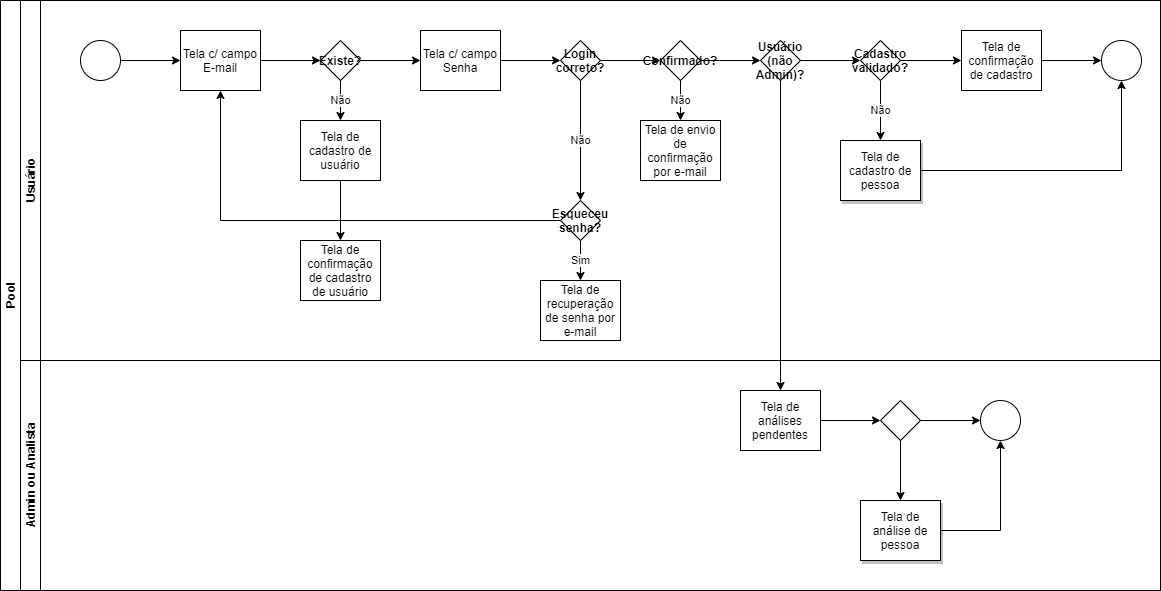
caiosduarte/dwfs-pia-regzer keeps this draw.io diagram as docs/regzer-fluxo-telas-Usuários.png. Above is the earlier version. Source tidied: cells renumbered, new cells last; positions are measured from the earlier drawing's top-left corner, leaving out a move shared by most shapes. The source it was exported from:
```xml
<mxGraphModel>
  <root>
    <mxCell id="0" />
    <mxCell id="1" parent="0" />
    <mxCell id="2" value="Pool" style="swimlane;html=1;horizontal=0;startSize=20;" parent="1" vertex="1">
      <mxGeometry width="1160" height="590" as="geometry" />
    </mxCell>
    <mxCell id="3" value="Usuário" style="swimlane;html=1;startSize=20;horizontal=0;shadow=0;" parent="2" vertex="1">
      <mxGeometry x="20" width="1140" height="360" as="geometry" />
    </mxCell>
    <mxCell id="4" value="&lt;b&gt;Existe?&lt;/b&gt;" style="rhombus;whiteSpace=wrap;html=1;fontFamily=Helvetica;fontSize=12;fontColor=#000000;align=center;direction=west;" parent="3" vertex="1">
      <mxGeometry x="300" y="40" width="40" height="40" as="geometry" />
    </mxCell>
    <mxCell id="5" style="edgeStyle=orthogonalEdgeStyle;rounded=0;jettySize=auto;html=1;" parent="3" edge="1" source="6" target="7">
      <mxGeometry relative="1" as="geometry" />
    </mxCell>
    <mxCell id="6" style="ellipse;whiteSpace=wrap;html=1;" parent="3" vertex="1">
      <mxGeometry x="60" y="40" width="40" height="40" as="geometry" />
    </mxCell>
    <mxCell id="7" value="Tela c/ campo E-mail" style="rounded=0;whiteSpace=wrap;html=1;fontFamily=Helvetica;fontSize=12;fontColor=#000000;align=center;" parent="3" vertex="1">
      <mxGeometry x="160" y="30" width="80" height="60" as="geometry" />
    </mxCell>
    <mxCell id="8" value="Não" style="edgeStyle=orthogonalEdgeStyle;rounded=0;jettySize=auto;html=1;entryX=0.5;entryY=0;entryDx=0;entryDy=0;" parent="3" edge="1" source="4" target="20">
      <mxGeometry relative="1" as="geometry" />
    </mxCell>
    <mxCell id="9" style="edgeStyle=orthogonalEdgeStyle;rounded=0;jettySize=auto;html=1;endArrow=classic;endFill=1;exitX=1;exitY=0.5;exitDx=0;exitDy=0;" parent="3" edge="1" source="7" target="4">
      <mxGeometry relative="1" as="geometry" />
    </mxCell>
    <mxCell id="10" value="Tela c/ campo Senha" style="rounded=0;whiteSpace=wrap;html=1;fontFamily=Helvetica;fontSize=12;fontColor=#000000;align=center;" parent="3" vertex="1">
      <mxGeometry x="400" y="30" width="80" height="60" as="geometry" />
    </mxCell>
    <mxCell id="11" style="edgeStyle=orthogonalEdgeStyle;rounded=0;jettySize=auto;html=1;endArrow=classic;endFill=1;" parent="3" edge="1" source="4" target="10">
      <mxGeometry relative="1" as="geometry" />
    </mxCell>
    <mxCell id="12" style="edgeStyle=orthogonalEdgeStyle;rounded=0;jettySize=auto;html=1;entryX=1;entryY=0.5;entryDx=0;entryDy=0;" parent="3" edge="1" source="14" target="31">
      <mxGeometry relative="1" as="geometry" />
    </mxCell>
    <mxCell id="13" value="Não" style="edgeStyle=orthogonalEdgeStyle;rounded=0;jettySize=auto;html=1;entryX=0.5;entryY=0;entryDx=0;entryDy=0;" parent="3" edge="1" source="14" target="29">
      <mxGeometry relative="1" as="geometry" />
    </mxCell>
    <mxCell id="14" value="Login correto?" style="rhombus;whiteSpace=wrap;html=1;fontFamily=Helvetica;fontSize=12;fontColor=#000000;align=center;fontStyle=1;" parent="3" vertex="1">
      <mxGeometry x="540" y="40" width="40" height="40" as="geometry" />
    </mxCell>
    <mxCell id="15" style="edgeStyle=orthogonalEdgeStyle;rounded=0;jettySize=auto;html=1;endArrow=classic;endFill=1;exitX=1;exitY=0.5;exitDx=0;exitDy=0;entryX=0;entryY=0.5;entryDx=0;entryDy=0;" parent="3" edge="1" source="10" target="14">
      <mxGeometry relative="1" as="geometry" />
    </mxCell>
    <mxCell id="16" style="edgeStyle=orthogonalEdgeStyle;rounded=0;jettySize=auto;html=1;entryX=0;entryY=0.5;entryDx=0;entryDy=0;" parent="3" edge="1" source="17" target="23">
      <mxGeometry relative="1" as="geometry" />
    </mxCell>
    <mxCell id="17" value="&lt;b&gt;Usuário (não Admin)?&lt;/b&gt;" style="rhombus;whiteSpace=wrap;html=1;fontFamily=Helvetica;fontSize=12;fontColor=#000000;align=center;direction=west;" parent="3" vertex="1">
      <mxGeometry x="740" y="40" width="40" height="40" as="geometry" />
    </mxCell>
    <mxCell id="18" value="Tela de confirmação de cadastro" style="rounded=0;whiteSpace=wrap;html=1;fontFamily=Helvetica;fontSize=12;fontColor=#000000;align=center;" parent="3" vertex="1">
      <mxGeometry x="941" y="30" width="80" height="60" as="geometry" />
    </mxCell>
    <mxCell id="19" style="edgeStyle=orthogonalEdgeStyle;rounded=0;jettySize=auto;html=1;entryX=0.5;entryY=0;entryDx=0;entryDy=0;" parent="3" edge="1" source="20" target="34">
      <mxGeometry relative="1" as="geometry" />
    </mxCell>
    <mxCell id="20" value="Tela de cadastro de usuário" style="rounded=0;whiteSpace=wrap;html=1;fontFamily=Helvetica;fontSize=12;fontColor=#000000;align=center;" parent="3" vertex="1">
      <mxGeometry x="280" y="120" width="80" height="60" as="geometry" />
    </mxCell>
    <mxCell id="21" style="edgeStyle=orthogonalEdgeStyle;rounded=0;jettySize=auto;html=1;entryX=0;entryY=0.5;entryDx=0;entryDy=0;" parent="3" edge="1" source="23" target="18">
      <mxGeometry relative="1" as="geometry" />
    </mxCell>
    <mxCell id="22" value="Não" style="edgeStyle=orthogonalEdgeStyle;rounded=0;jettySize=auto;html=1;entryX=0.5;entryY=0;entryDx=0;entryDy=0;" parent="3" edge="1" source="23" target="26">
      <mxGeometry relative="1" as="geometry" />
    </mxCell>
    <mxCell id="23" value="Cadastro validado?" style="rhombus;whiteSpace=wrap;html=1;fontFamily=Helvetica;fontSize=12;fontColor=#000000;align=center;fontStyle=1;" parent="3" vertex="1">
      <mxGeometry x="840" y="40" width="40" height="40" as="geometry" />
    </mxCell>
    <mxCell id="24" value="Tela de recuperação de senha por e-mail" style="rounded=0;whiteSpace=wrap;html=1;fontFamily=Helvetica;fontSize=12;fontColor=#000000;align=center;" parent="3" vertex="1">
      <mxGeometry x="520" y="280" width="80" height="60" as="geometry" />
    </mxCell>
    <mxCell id="25" style="edgeStyle=orthogonalEdgeStyle;rounded=0;jettySize=auto;html=1;entryX=0.5;entryY=1;entryDx=0;entryDy=0;" parent="3" edge="1" source="26" target="35">
      <mxGeometry relative="1" as="geometry" />
    </mxCell>
    <mxCell id="26" value="Tela de cadastro de pessoa" style="rounded=0;whiteSpace=wrap;html=1;fontFamily=Helvetica;fontSize=12;fontColor=#000000;align=center;shadow=1;" parent="3" vertex="1">
      <mxGeometry x="820" y="140" width="80" height="60" as="geometry" />
    </mxCell>
    <mxCell id="27" value="Sim" style="edgeStyle=orthogonalEdgeStyle;rounded=0;jettySize=auto;html=1;entryX=0.5;entryY=0;entryDx=0;entryDy=0;" parent="3" edge="1" source="29" target="24">
      <mxGeometry relative="1" as="geometry" />
    </mxCell>
    <mxCell id="28" style="edgeStyle=orthogonalEdgeStyle;rounded=0;jettySize=auto;html=1;entryX=0.5;entryY=1;entryDx=0;entryDy=0;" parent="3" edge="1" source="29" target="7">
      <mxGeometry relative="1" as="geometry" />
    </mxCell>
    <mxCell id="29" value="Esqueceu senha?" style="rhombus;whiteSpace=wrap;html=1;fontFamily=Helvetica;fontSize=12;fontColor=#000000;align=center;fontStyle=1;" parent="3" vertex="1">
      <mxGeometry x="540" y="200" width="40" height="40" as="geometry" />
    </mxCell>
    <mxCell id="30" style="edgeStyle=orthogonalEdgeStyle;rounded=0;jettySize=auto;html=1;entryX=1;entryY=0.5;entryDx=0;entryDy=0;" parent="3" edge="1" source="31" target="17">
      <mxGeometry relative="1" as="geometry" />
    </mxCell>
    <mxCell id="31" value="&lt;b&gt;Confirmado?&lt;/b&gt;" style="rhombus;whiteSpace=wrap;html=1;fontFamily=Helvetica;fontSize=12;fontColor=#000000;align=center;direction=west;" parent="3" vertex="1">
      <mxGeometry x="640" y="40" width="40" height="40" as="geometry" />
    </mxCell>
    <mxCell id="32" value="Tela de envio de confirmação por e-mail" style="rounded=0;whiteSpace=wrap;html=1;fontFamily=Helvetica;fontSize=12;fontColor=#000000;align=center;" parent="3" vertex="1">
      <mxGeometry x="620" y="120" width="80" height="60" as="geometry" />
    </mxCell>
    <mxCell id="33" value="Não" style="edgeStyle=orthogonalEdgeStyle;rounded=0;jettySize=auto;html=1;entryX=0.5;entryY=0;entryDx=0;entryDy=0;" parent="3" edge="1" source="31" target="32">
      <mxGeometry relative="1" as="geometry" />
    </mxCell>
    <mxCell id="34" value="Tela de confirmação de cadastro de usuário" style="rounded=0;whiteSpace=wrap;html=1;fontFamily=Helvetica;fontSize=12;fontColor=#000000;align=center;" parent="3" vertex="1">
      <mxGeometry x="280" y="240" width="80" height="60" as="geometry" />
    </mxCell>
    <mxCell id="35" style="ellipse;whiteSpace=wrap;html=1;" parent="3" vertex="1">
      <mxGeometry x="1081" y="40" width="40" height="40" as="geometry" />
    </mxCell>
    <mxCell id="36" style="edgeStyle=orthogonalEdgeStyle;rounded=0;jettySize=auto;html=1;entryX=0;entryY=0.5;entryDx=0;entryDy=0;" parent="3" edge="1" source="18" target="35">
      <mxGeometry relative="1" as="geometry" />
    </mxCell>
    <mxCell id="37" value="Admin ou Analista" style="swimlane;html=1;startSize=20;horizontal=0;" parent="2" vertex="1">
      <mxGeometry x="20" y="360" width="1140" height="230" as="geometry" />
    </mxCell>
    <mxCell id="38" style="edgeStyle=orthogonalEdgeStyle;rounded=0;jettySize=auto;html=1;entryX=0;entryY=0.5;entryDx=0;entryDy=0;" parent="37" edge="1" source="39" target="42">
      <mxGeometry relative="1" as="geometry" />
    </mxCell>
    <mxCell id="39" value="Tela de análises pendentes" style="rounded=0;whiteSpace=wrap;html=1;fontFamily=Helvetica;fontSize=12;fontColor=#000000;align=center;shadow=0;" parent="37" vertex="1">
      <mxGeometry x="720" y="30" width="80" height="60" as="geometry" />
    </mxCell>
    <mxCell id="40" style="ellipse;whiteSpace=wrap;html=1;" parent="37" vertex="1">
      <mxGeometry x="960" y="40" width="40" height="40" as="geometry" />
    </mxCell>
    <mxCell id="41" style="edgeStyle=orthogonalEdgeStyle;rounded=0;jettySize=auto;html=1;entryX=0;entryY=0.5;entryDx=0;entryDy=0;" parent="37" edge="1" source="42" target="40">
      <mxGeometry relative="1" as="geometry" />
    </mxCell>
    <mxCell id="42" style="rhombus;whiteSpace=wrap;html=1;fontFamily=Helvetica;fontSize=12;fontColor=#000000;align=center;fontStyle=1;" parent="37" vertex="1">
      <mxGeometry x="860" y="40" width="40" height="40" as="geometry" />
    </mxCell>
    <mxCell id="43" style="edgeStyle=orthogonalEdgeStyle;rounded=0;jettySize=auto;html=1;" parent="2" edge="1" source="17" target="39">
      <mxGeometry relative="1" as="geometry" />
    </mxCell>
    <mxCell id="44" style="edgeStyle=orthogonalEdgeStyle;rounded=0;jettySize=auto;html=1;entryX=0.5;entryY=1;entryDx=0;entryDy=0;" parent="1" edge="1" source="45" target="40">
      <mxGeometry relative="1" as="geometry" />
    </mxCell>
    <mxCell id="45" value="Tela de análise de pessoa" style="rounded=0;whiteSpace=wrap;html=1;fontFamily=Helvetica;fontSize=12;fontColor=#000000;align=center;shadow=1;" parent="1" vertex="1">
      <mxGeometry x="860" y="500" width="80" height="60" as="geometry" />
    </mxCell>
    <mxCell id="46" style="edgeStyle=orthogonalEdgeStyle;rounded=0;jettySize=auto;html=1;entryX=0.5;entryY=0;entryDx=0;entryDy=0;" parent="1" edge="1" source="42" target="45">
      <mxGeometry relative="1" as="geometry" />
    </mxCell>
  </root>
</mxGraphModel>
```
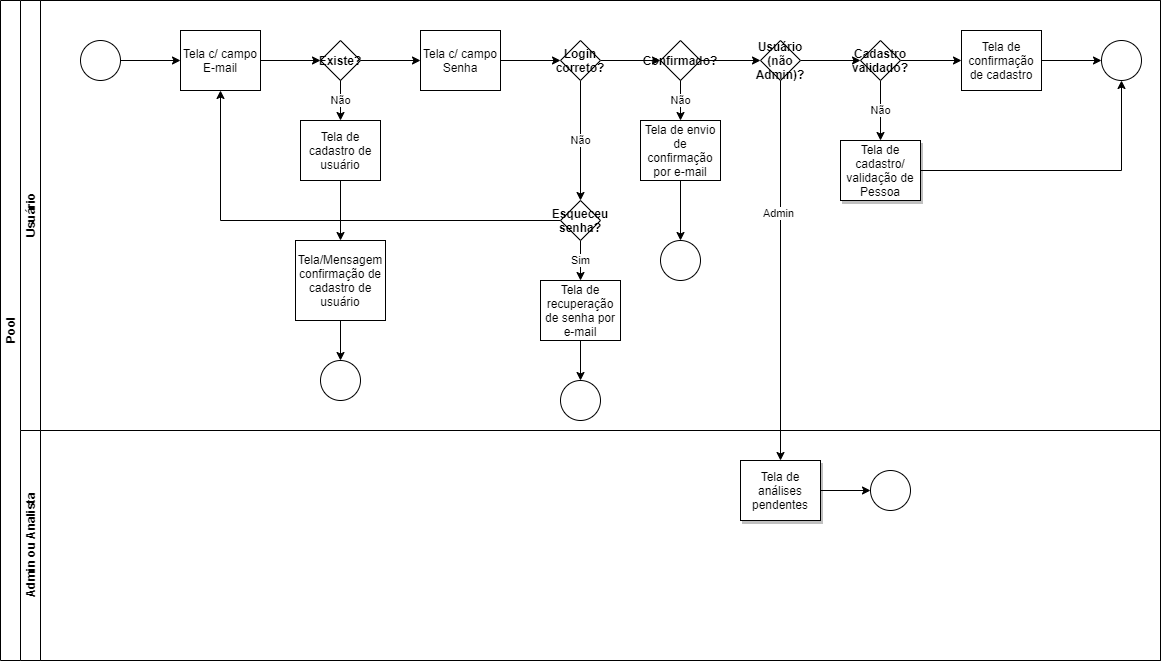
The same diagram one commit later.

Change to the diagram source:
```diff
@@ -3,10 +3,10 @@
     <mxCell id="0" />
     <mxCell id="1" parent="0" />
     <mxCell id="2" value="Pool" style="swimlane;html=1;horizontal=0;startSize=20;" parent="1" vertex="1">
-      <mxGeometry width="1160" height="590" as="geometry" />
+      <mxGeometry width="1160" height="660" as="geometry" />
     </mxCell>
     <mxCell id="3" value="Usuário" style="swimlane;html=1;startSize=20;horizontal=0;shadow=0;" parent="2" vertex="1">
-      <mxGeometry x="20" width="1140" height="360" as="geometry" />
+      <mxGeometry x="20" width="1140" height="430" as="geometry" />
     </mxCell>
     <mxCell id="4" value="&lt;b&gt;Existe?&lt;/b&gt;" style="rhombus;whiteSpace=wrap;html=1;fontFamily=Helvetica;fontSize=12;fontColor=#000000;align=center;direction=west;" parent="3" vertex="1">
       <mxGeometry x="300" y="40" width="40" height="40" as="geometry" />
@@ -68,13 +68,16 @@
     <mxCell id="23" value="Cadastro validado?" style="rhombus;whiteSpace=wrap;html=1;fontFamily=Helvetica;fontSize=12;fontColor=#000000;align=center;fontStyle=1;" parent="3" vertex="1">
       <mxGeometry x="840" y="40" width="40" height="40" as="geometry" />
     </mxCell>
+    <mxCell id="47" style="edgeStyle=orthogonalEdgeStyle;rounded=0;jettySize=auto;html=1;entryX=0.5;entryY=0;entryDx=0;entryDy=0;" parent="3" edge="1" source="24" target="51">
+      <mxGeometry relative="1" as="geometry" />
+    </mxCell>
     <mxCell id="24" value="Tela de recuperação de senha por e-mail" style="rounded=0;whiteSpace=wrap;html=1;fontFamily=Helvetica;fontSize=12;fontColor=#000000;align=center;" parent="3" vertex="1">
       <mxGeometry x="520" y="280" width="80" height="60" as="geometry" />
     </mxCell>
     <mxCell id="25" style="edgeStyle=orthogonalEdgeStyle;rounded=0;jettySize=auto;html=1;entryX=0.5;entryY=1;entryDx=0;entryDy=0;" parent="3" edge="1" source="26" target="35">
       <mxGeometry relative="1" as="geometry" />
     </mxCell>
-    <mxCell id="26" value="Tela de cadastro de pessoa" style="rounded=0;whiteSpace=wrap;html=1;fontFamily=Helvetica;fontSize=12;fontColor=#000000;align=center;shadow=1;" parent="3" vertex="1">
+    <mxCell id="26" value="Tela de cadastro/&lt;br&gt;validação de Pessoa" style="rounded=0;whiteSpace=wrap;html=1;fontFamily=Helvetica;fontSize=12;fontColor=#000000;align=center;shadow=1;" parent="3" vertex="1">
       <mxGeometry x="820" y="140" width="80" height="60" as="geometry" />
     </mxCell>
     <mxCell id="27" value="Sim" style="edgeStyle=orthogonalEdgeStyle;rounded=0;jettySize=auto;html=1;entryX=0.5;entryY=0;entryDx=0;entryDy=0;" parent="3" edge="1" source="29" target="24">
@@ -92,14 +95,20 @@
     <mxCell id="31" value="&lt;b&gt;Confirmado?&lt;/b&gt;" style="rhombus;whiteSpace=wrap;html=1;fontFamily=Helvetica;fontSize=12;fontColor=#000000;align=center;direction=west;" parent="3" vertex="1">
       <mxGeometry x="640" y="40" width="40" height="40" as="geometry" />
     </mxCell>
+    <mxCell id="48" style="edgeStyle=orthogonalEdgeStyle;rounded=0;jettySize=auto;html=1;entryX=0.5;entryY=0;entryDx=0;entryDy=0;" parent="3" edge="1" source="32" target="52">
+      <mxGeometry relative="1" as="geometry" />
+    </mxCell>
     <mxCell id="32" value="Tela de envio de confirmação por e-mail" style="rounded=0;whiteSpace=wrap;html=1;fontFamily=Helvetica;fontSize=12;fontColor=#000000;align=center;" parent="3" vertex="1">
       <mxGeometry x="620" y="120" width="80" height="60" as="geometry" />
     </mxCell>
     <mxCell id="33" value="Não" style="edgeStyle=orthogonalEdgeStyle;rounded=0;jettySize=auto;html=1;entryX=0.5;entryY=0;entryDx=0;entryDy=0;" parent="3" edge="1" source="31" target="32">
       <mxGeometry relative="1" as="geometry" />
     </mxCell>
+    <mxCell id="49" style="edgeStyle=orthogonalEdgeStyle;rounded=0;jettySize=auto;html=1;entryX=0.5;entryY=0;entryDx=0;entryDy=0;" parent="3" edge="1" source="34" target="50">
+      <mxGeometry relative="1" as="geometry" />
+    </mxCell>
-    <mxCell id="34" value="Tela de confirmação de cadastro de usuário" style="rounded=0;whiteSpace=wrap;html=1;fontFamily=Helvetica;fontSize=12;fontColor=#000000;align=center;" parent="3" vertex="1">
-      <mxGeometry x="280" y="240" width="80" height="60" as="geometry" />
+    <mxCell id="34" value="Tela/Mensagem confirmação de cadastro de usuário" style="rounded=0;whiteSpace=wrap;html=1;fontFamily=Helvetica;fontSize=12;fontColor=#000000;align=center;" parent="3" vertex="1">
+      <mxGeometry x="275" y="240" width="90" height="80" as="geometry" />
     </mxCell>
     <mxCell id="35" style="ellipse;whiteSpace=wrap;html=1;" parent="3" vertex="1">
       <mxGeometry x="1081" y="40" width="40" height="40" as="geometry" />
@@ -107,35 +116,32 @@
     <mxCell id="36" style="edgeStyle=orthogonalEdgeStyle;rounded=0;jettySize=auto;html=1;entryX=0;entryY=0.5;entryDx=0;entryDy=0;" parent="3" edge="1" source="18" target="35">
       <mxGeometry relative="1" as="geometry" />
     </mxCell>
+    <mxCell id="50" style="ellipse;whiteSpace=wrap;html=1;" parent="3" vertex="1">
+      <mxGeometry x="300" y="360" width="40" height="40" as="geometry" />
+    </mxCell>
+    <mxCell id="51" style="ellipse;whiteSpace=wrap;html=1;" parent="3" vertex="1">
+      <mxGeometry x="540" y="380" width="40" height="40" as="geometry" />
+    </mxCell>
+    <mxCell id="52" style="ellipse;whiteSpace=wrap;html=1;" parent="3" vertex="1">
+      <mxGeometry x="640" y="240" width="40" height="40" as="geometry" />
+    </mxCell>
     <mxCell id="37" value="Admin ou Analista" style="swimlane;html=1;startSize=20;horizontal=0;" parent="2" vertex="1">
-      <mxGeometry x="20" y="360" width="1140" height="230" as="geometry" />
+      <mxGeometry x="20" y="430" width="1140" height="230" as="geometry" />
     </mxCell>
-    <mxCell id="38" style="edgeStyle=orthogonalEdgeStyle;rounded=0;jettySize=auto;html=1;entryX=0;entryY=0.5;entryDx=0;entryDy=0;" parent="37" edge="1" source="39" target="42">
+    <mxCell id="38" style="edgeStyle=orthogonalEdgeStyle;rounded=0;jettySize=auto;html=1;entryX=0;entryY=0.5;entryDx=0;entryDy=0;" parent="37" edge="1" source="39" target="40">
       <mxGeometry relative="1" as="geometry" />
     </mxCell>
-    <mxCell id="39" value="Tela de análises pendentes" style="rounded=0;whiteSpace=wrap;html=1;fontFamily=Helvetica;fontSize=12;fontColor=#000000;align=center;shadow=0;" parent="37" vertex="1">
+    <mxCell id="39" value="Tela de análises pendentes" style="rounded=0;whiteSpace=wrap;html=1;fontFamily=Helvetica;fontSize=12;fontColor=#000000;align=center;shadow=1;" parent="37" vertex="1">
       <mxGeometry x="720" y="30" width="80" height="60" as="geometry" />
     </mxCell>
     <mxCell id="40" style="ellipse;whiteSpace=wrap;html=1;" parent="37" vertex="1">
-      <mxGeometry x="960" y="40" width="40" height="40" as="geometry" />
+      <mxGeometry x="850" y="40" width="40" height="40" as="geometry" />
     </mxCell>
-    <mxCell id="41" style="edgeStyle=orthogonalEdgeStyle;rounded=0;jettySize=auto;html=1;entryX=0;entryY=0.5;entryDx=0;entryDy=0;" parent="37" edge="1" source="42" target="40">
-      <mxGeometry relative="1" as="geometry" />
-    </mxCell>
-    <mxCell id="42" style="rhombus;whiteSpace=wrap;html=1;fontFamily=Helvetica;fontSize=12;fontColor=#000000;align=center;fontStyle=1;" parent="37" vertex="1">
-      <mxGeometry x="860" y="40" width="40" height="40" as="geometry" />
-    </mxCell>
     <mxCell id="43" style="edgeStyle=orthogonalEdgeStyle;rounded=0;jettySize=auto;html=1;" parent="2" edge="1" source="17" target="39">
       <mxGeometry relative="1" as="geometry" />
     </mxCell>
-    <mxCell id="44" style="edgeStyle=orthogonalEdgeStyle;rounded=0;jettySize=auto;html=1;entryX=0.5;entryY=1;entryDx=0;entryDy=0;" parent="1" edge="1" source="45" target="40">
-      <mxGeometry relative="1" as="geometry" />
-    </mxCell>
-    <mxCell id="45" value="Tela de análise de pessoa" style="rounded=0;whiteSpace=wrap;html=1;fontFamily=Helvetica;fontSize=12;fontColor=#000000;align=center;shadow=1;" parent="1" vertex="1">
-      <mxGeometry x="860" y="500" width="80" height="60" as="geometry" />
-    </mxCell>
-    <mxCell id="46" style="edgeStyle=orthogonalEdgeStyle;rounded=0;jettySize=auto;html=1;entryX=0.5;entryY=0;entryDx=0;entryDy=0;" parent="1" edge="1" source="42" target="45">
-      <mxGeometry relative="1" as="geometry" />
-    </mxCell>
+    <mxCell id="53" value="Admin" style="edgeLabel;html=1;align=center;verticalAlign=middle;" parent="43" vertex="1">
+      <mxGeometry x="-0.31" y="-3" relative="1" as="geometry" />
+    </mxCell>
   </root>
 </mxGraphModel>
```
